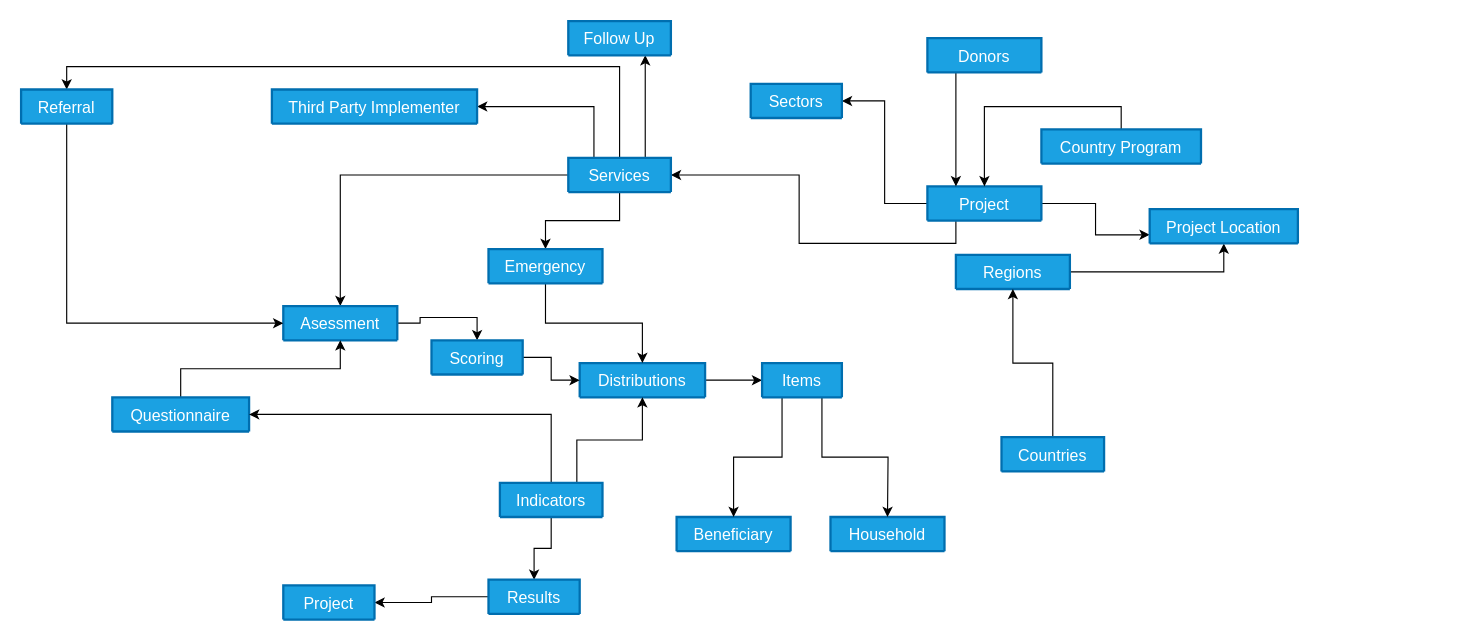
alimehdy/drawio keeps this draw.io diagram as dataArchitecture.drawio. Above is the earlier version. Source tidied: cells renumbered, new cells numbered last; positions are measured from the earlier drawing's top-left corner, leaving out a move shared by most shapes. Both pictures are drawn from the tidied source at 114%, with x=0, y=0 at pixel (21, 21).
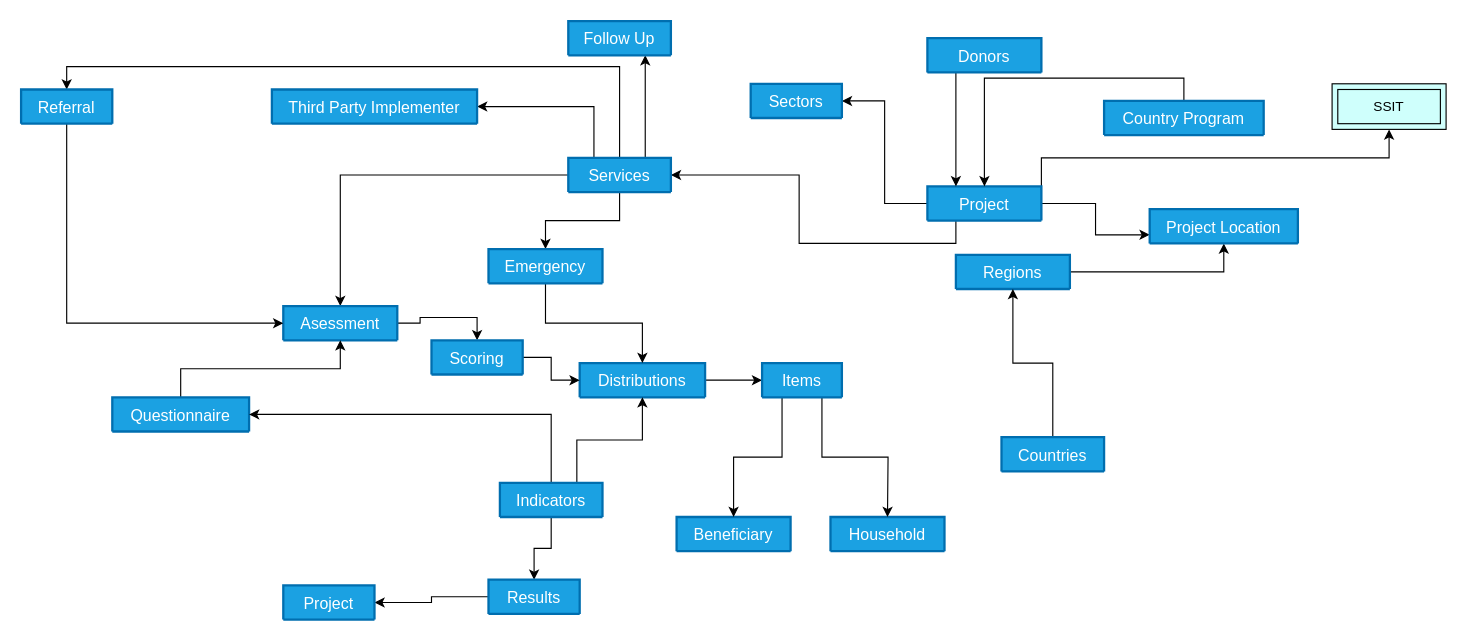
The same page after the edit.

Unchanged cells that the change refers to:
```xml
<mxCell id="6" value="Project" style="swimlane;horizontal=1;startSize=30;rounded=1;fontSize=14;fontStyle=0;strokeWidth=2;shadow=0;dashed=0;align=center;fillColor=#1ba1e2;strokeColor=#006EAF;fontColor=#ffffff;" parent="1" vertex="1" collapsed="1">
  <mxGeometry x="795" y="145" width="100" height="30" as="geometry" />
</mxCell>
```

The edit, as a diff of the source:
```diff
@@
+    <mxCell id="48" style="edgeStyle=orthogonalEdgeStyle;rounded=0;jettySize=auto;html=1;exitX=1;exitY=0;exitDx=0;exitDy=0;entryX=0.5;entryY=1;entryDx=0;entryDy=0;" parent="1" edge="1" source="6" target="49">
+      <mxGeometry relative="1" as="geometry" />
+    </mxCell>
@@
     <mxCell id="13" value="Country Program" style="swimlane;horizontal=1;startSize=30;rounded=1;fontSize=14;fontStyle=0;strokeWidth=2;shadow=0;dashed=0;align=center;fillColor=#1ba1e2;strokeColor=#006EAF;fontColor=#ffffff;" parent="1" vertex="1" collapsed="1">
-      <mxGeometry x="895" y="95" width="140" height="30" as="geometry" />
+      <mxGeometry x="950" y="70" width="140" height="30" as="geometry" />
     </mxCell>
@@
+    <mxCell id="49" value="SSIT" style="shape=ext;margin=3;double=1;whiteSpace=wrap;html=1;align=center;fillColor=#CFFFFC;" parent="1" vertex="1">
+      <mxGeometry x="1150" y="55" width="100" height="40" as="geometry" />
+    </mxCell>
```
